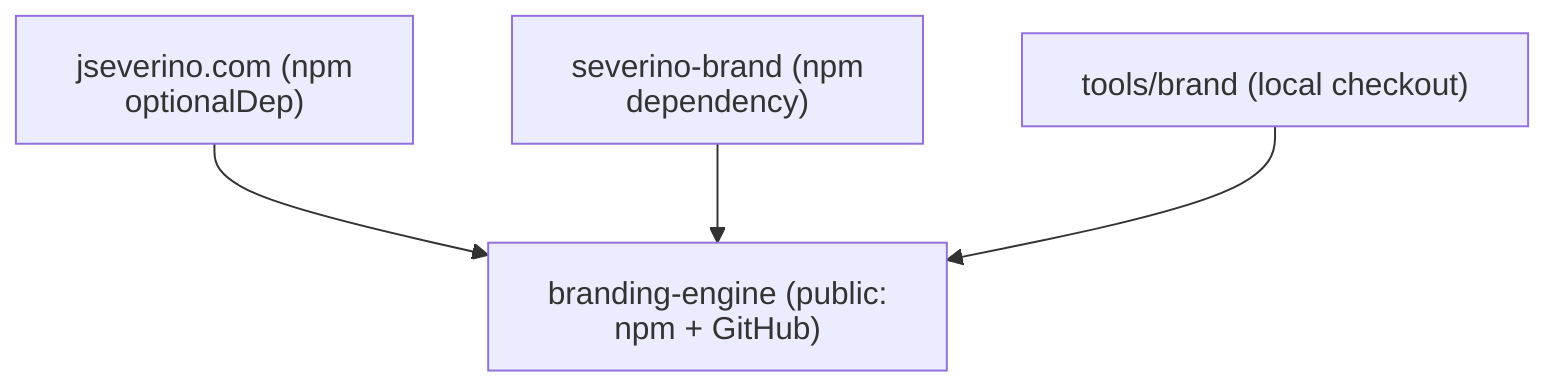
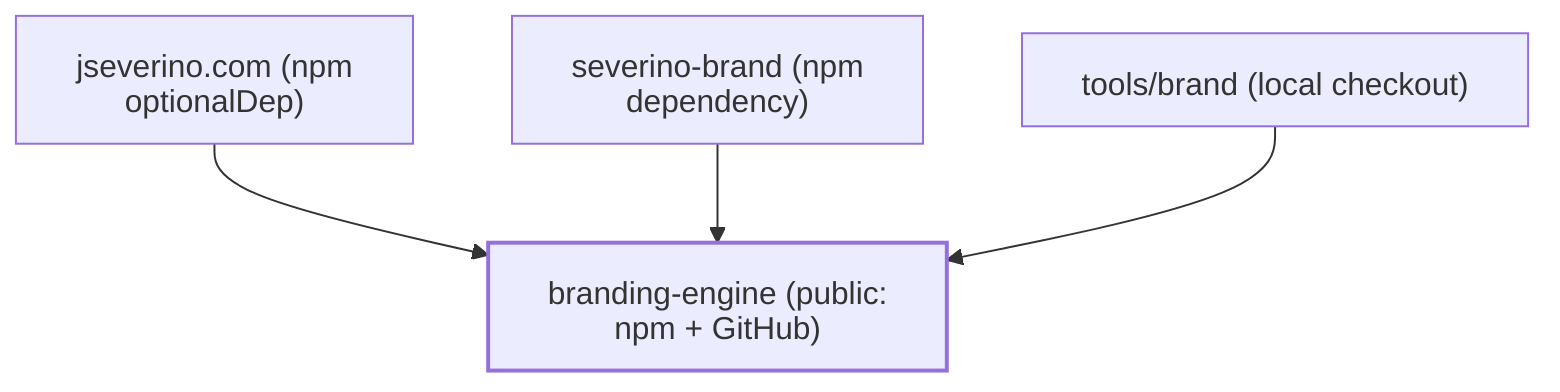
%%{init: { "htmlLabels": false } }%%
graph TD
    BE["branding-engine (public: npm + GitHub)"]
    JS["jseverino.com (npm optionalDep)"]
    SB["severino-brand (npm dependency)"]
    TB["tools/brand (local checkout)"]

    JS --> BE
    SB --> BE
    TB --> BE
+ 
+     %% the engine every consumer depends on — styled by .anchor in the shared theme
+     classDef anchor stroke-width:2px;
+     class BE anchor;
